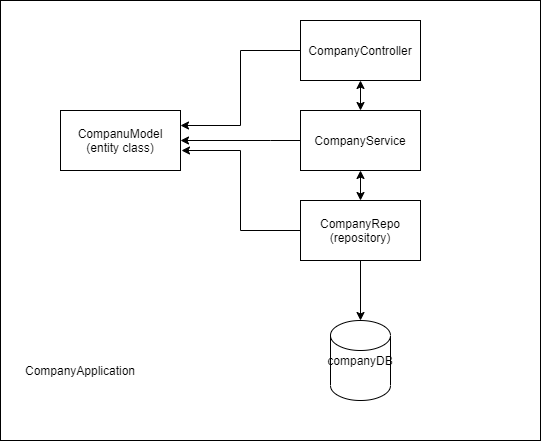
Above: UML Diagrams/Company arch block.png in Preyashi123/companyms (draw.io), before the change. Source tidied: cells renumbered, new cells last; positions are measured from the earlier drawing's top-left corner, leaving out a move shared by most shapes.
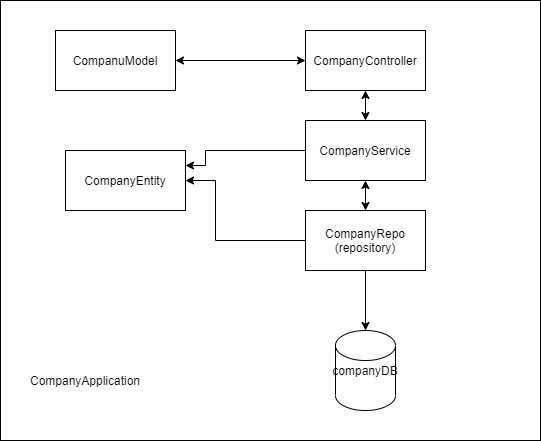
Later version of the same file.

Change to the diagram source:
```diff
@@ -3,59 +3,56 @@
     <mxCell id="0" />
     <mxCell id="1" parent="0" />
     <mxCell id="2" style="rounded=0;whiteSpace=wrap;html=1;" parent="1" vertex="1">
-      <mxGeometry width="540" height="440" as="geometry" />
+      <mxGeometry x="-5" y="-10" width="540" height="440" as="geometry" />
     </mxCell>
-    <mxCell id="3" value="CompanuModel&lt;br&gt;(entity class)" style="rounded=0;whiteSpace=wrap;html=1;" parent="1" vertex="1">
-      <mxGeometry x="60" y="110" width="120" height="60" as="geometry" />
+    <mxCell id="3" value="CompanuModel&lt;br&gt;" style="rounded=0;whiteSpace=wrap;html=1;" parent="1" vertex="1">
+      <mxGeometry x="50" y="20" width="120" height="60" as="geometry" />
     </mxCell>
-    <mxCell id="4" style="edgeStyle=orthogonalEdgeStyle;rounded=0;jettySize=auto;html=1;entryX=1;entryY=0.25;entryDx=0;entryDy=0;" parent="1" edge="1" source="5" target="3">
-      <mxGeometry relative="1" as="geometry">
-        <Array as="points">
-          <mxPoint x="240" y="50" />
-          <mxPoint x="240" y="125" />
-        </Array>
-      </mxGeometry>
+    <mxCell id="4" value="CompanyController" style="rounded=0;whiteSpace=wrap;html=1;" parent="1" vertex="1">
+      <mxGeometry x="300" y="20" width="120" height="60" as="geometry" />
     </mxCell>
-    <mxCell id="5" value="CompanyController" style="rounded=0;whiteSpace=wrap;html=1;" parent="1" vertex="1">
-      <mxGeometry x="300" y="20" width="120" height="60" as="geometry" />
+    <mxCell id="5" style="edgeStyle=orthogonalEdgeStyle;rounded=0;jettySize=auto;html=1;entryX=1;entryY=0.25;entryDx=0;entryDy=0;" parent="1" edge="1" source="6" target="14">
+      <mxGeometry relative="1" as="geometry">
+        <Array as="points">
+          <mxPoint x="200" y="140" />
+          <mxPoint x="200" y="155" />
+        </Array>
+      </mxGeometry>
     </mxCell>
-    <mxCell id="6" style="edgeStyle=orthogonalEdgeStyle;rounded=0;jettySize=auto;html=1;" parent="1" edge="1" source="7" target="3">
-      <mxGeometry relative="1" as="geometry">
-        <Array as="points">
-          <mxPoint x="270" y="140" />
-          <mxPoint x="270" y="140" />
-        </Array>
-      </mxGeometry>
+    <mxCell id="6" value="CompanyService" style="rounded=0;whiteSpace=wrap;html=1;" parent="1" vertex="1">
+      <mxGeometry x="300" y="110" width="120" height="60" as="geometry" />
     </mxCell>
-    <mxCell id="7" value="CompanyService" style="rounded=0;whiteSpace=wrap;html=1;" parent="1" vertex="1">
-      <mxGeometry x="300" y="110" width="120" height="60" as="geometry" />
+    <mxCell id="7" style="edgeStyle=orthogonalEdgeStyle;rounded=0;jettySize=auto;html=1;entryX=1;entryY=0.5;entryDx=0;entryDy=0;" parent="1" edge="1" source="9" target="14">
+      <mxGeometry relative="1" as="geometry">
+        <Array as="points">
+          <mxPoint x="210" y="230" />
+          <mxPoint x="210" y="170" />
+        </Array>
+      </mxGeometry>
     </mxCell>
-    <mxCell id="8" style="edgeStyle=orthogonalEdgeStyle;rounded=0;jettySize=auto;html=1;" parent="1" edge="1" source="10">
-      <mxGeometry relative="1" as="geometry">
-        <mxPoint x="181" y="150" as="targetPoint" />
-        <Array as="points">
-          <mxPoint x="240" y="230" />
-          <mxPoint x="240" y="150" />
-        </Array>
-      </mxGeometry>
+    <mxCell id="8" style="edgeStyle=orthogonalEdgeStyle;rounded=0;jettySize=auto;html=1;" parent="1" edge="1" source="9" target="10">
+      <mxGeometry relative="1" as="geometry" />
     </mxCell>
-    <mxCell id="9" style="edgeStyle=orthogonalEdgeStyle;rounded=0;jettySize=auto;html=1;" parent="1" edge="1" source="10" target="11">
-      <mxGeometry relative="1" as="geometry" />
+    <mxCell id="9" value="CompanyRepo&lt;br&gt;(repository)" style="rounded=0;whiteSpace=wrap;html=1;" parent="1" vertex="1">
+      <mxGeometry x="300" y="200" width="120" height="60" as="geometry" />
     </mxCell>
-    <mxCell id="10" value="CompanyRepo&lt;br&gt;(repository)" style="rounded=0;whiteSpace=wrap;html=1;" parent="1" vertex="1">
-      <mxGeometry x="300" y="200" width="120" height="60" as="geometry" />
+    <mxCell id="10" value="companyDB" style="shape=cylinder2;whiteSpace=wrap;html=1;boundedLbl=1;backgroundOutline=1;size=15;" parent="1" vertex="1">
+      <mxGeometry x="330" y="320" width="60" height="80" as="geometry" />
     </mxCell>
-    <mxCell id="11" value="companyDB" style="shape=cylinder2;whiteSpace=wrap;html=1;boundedLbl=1;backgroundOutline=1;size=15;" parent="1" vertex="1">
-      <mxGeometry x="330" y="320" width="60" height="80" as="geometry" />
+    <mxCell id="11" style="endArrow=classic;startArrow=classic;html=1;entryX=0.5;entryY=1;entryDx=0;entryDy=0;exitX=0.5;exitY=0;exitDx=0;exitDy=0;" parent="1" edge="1" source="6" target="4">
+      <mxGeometry relative="1" as="geometry" />
     </mxCell>
-    <mxCell id="12" style="endArrow=classic;startArrow=classic;html=1;entryX=0.5;entryY=1;entryDx=0;entryDy=0;exitX=0.5;exitY=0;exitDx=0;exitDy=0;" parent="1" edge="1" source="7" target="5">
+    <mxCell id="12" style="endArrow=classic;startArrow=classic;html=1;entryX=0.5;entryY=0;entryDx=0;entryDy=0;exitX=0.5;exitY=1;exitDx=0;exitDy=0;" parent="1" edge="1" source="6" target="9">
       <mxGeometry relative="1" as="geometry" />
     </mxCell>
-    <mxCell id="13" style="endArrow=classic;startArrow=classic;html=1;entryX=0.5;entryY=0;entryDx=0;entryDy=0;exitX=0.5;exitY=1;exitDx=0;exitDy=0;" parent="1" edge="1" source="7" target="10">
-      <mxGeometry relative="1" as="geometry" />
+    <mxCell id="13" value="CompanyApplication" style="text;html=1;strokeColor=none;fillColor=none;align=center;verticalAlign=middle;whiteSpace=wrap;rounded=0;" parent="1" vertex="1">
+      <mxGeometry x="60" y="360" width="40" height="20" as="geometry" />
     </mxCell>
-    <mxCell id="14" value="CompanyApplication" style="text;html=1;strokeColor=none;fillColor=none;align=center;verticalAlign=middle;whiteSpace=wrap;rounded=0;" parent="1" vertex="1">
-      <mxGeometry x="60" y="360" width="40" height="20" as="geometry" />
+    <mxCell id="14" value="CompanyEntity" style="rounded=0;whiteSpace=wrap;html=1;" parent="1" vertex="1">
+      <mxGeometry x="60" y="140" width="120" height="60" as="geometry" />
     </mxCell>
+    <mxCell id="15" style="endArrow=classic;startArrow=classic;html=1;exitX=1;exitY=0.5;exitDx=0;exitDy=0;entryX=0;entryY=0.5;entryDx=0;entryDy=0;" parent="1" edge="1" source="3" target="4">
+      <mxGeometry relative="1" as="geometry" />
+    </mxCell>
   </root>
 </mxGraphModel>
```
